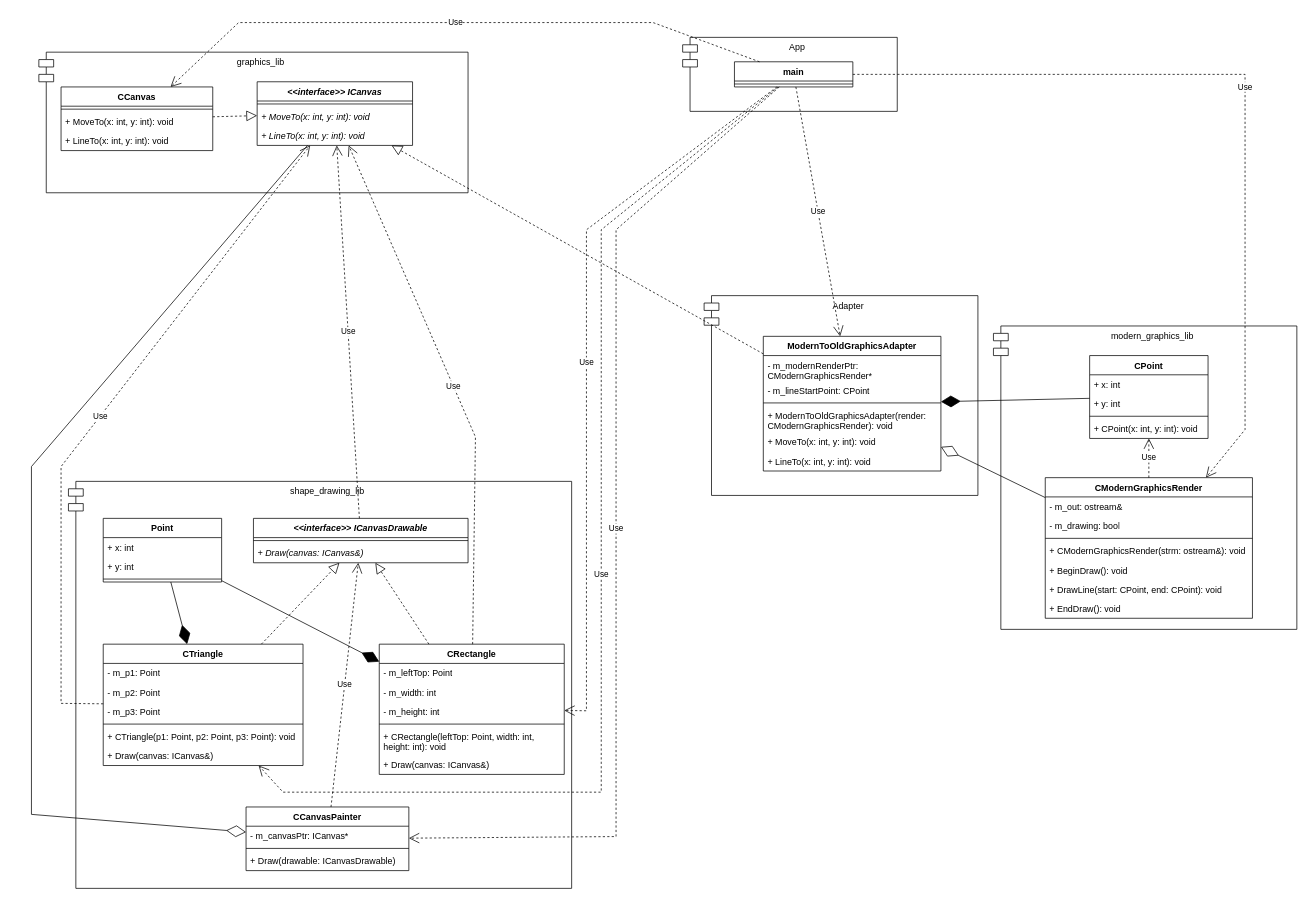
Above: lw6/Adapter.drawio in ProstP/OOD (draw.io), before the change. Source tidied: cells renumbered, new cells numbered last; positions are measured from the earlier drawing's top-left corner, leaving out a move shared by most shapes. Both pictures are drawn from the tidied source at 74%, with x=0, y=0 at pixel (31, 22).
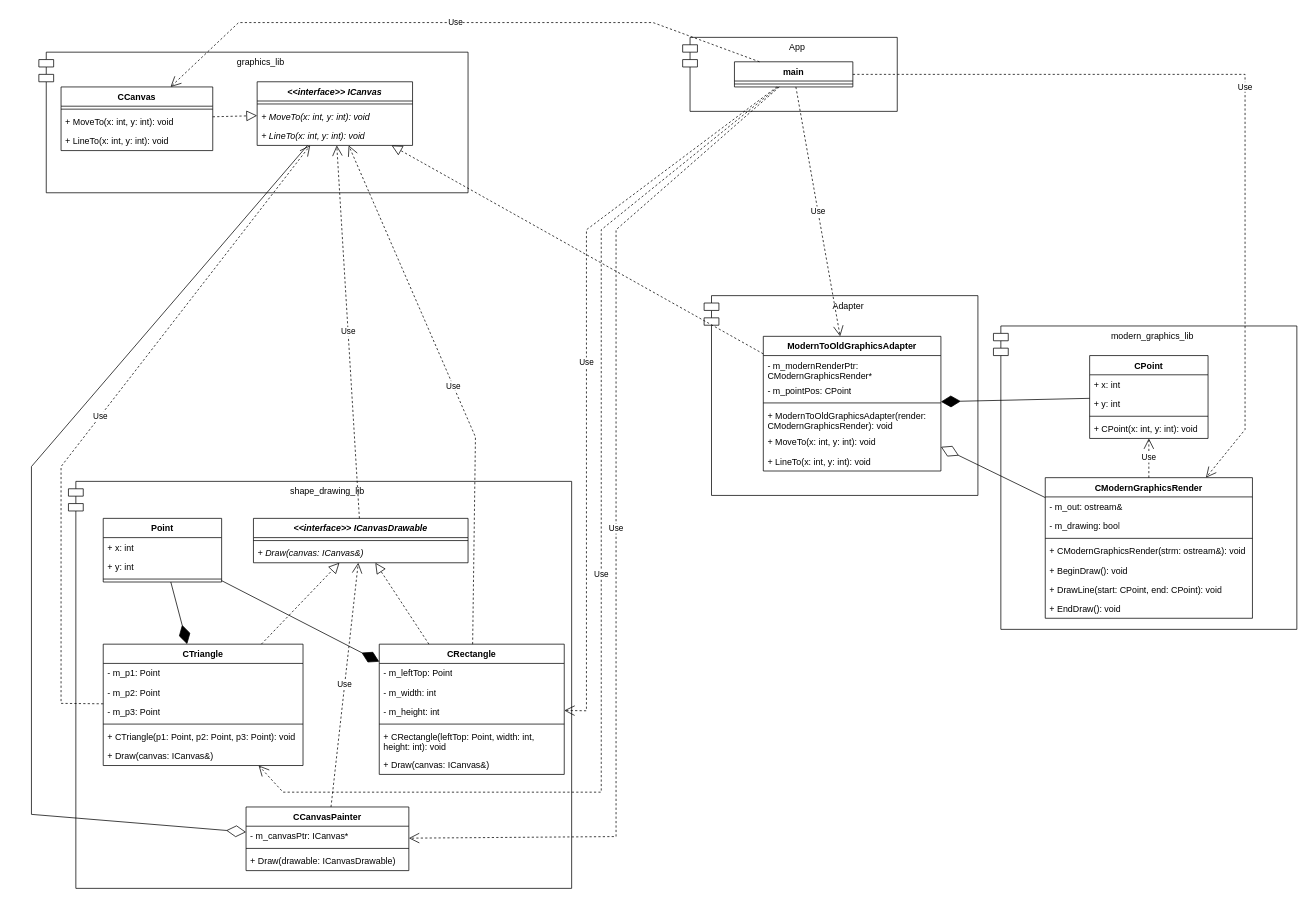
The same page after the edit.

Commit message:
Lw6-1 Поправил название поля

The change refers to these unchanged cells:
```xml
<mxCell id="66" value="ModernToOldGraphicsAdapter" style="swimlane;fontStyle=1;align=center;verticalAlign=top;horizontal=1;startSize=26;whiteSpace=wrap;html=1;" parent="1" vertex="1">
  <mxGeometry x="989" y="424" width="240" height="182" as="geometry" />
</mxCell>
```

What changed in the source:
```diff
@@
-    <mxCell id="68" value="- m_lineStartPoint: CPoint" style="text;strokeColor=none;fillColor=none;align=left;verticalAlign=top;spacingLeft=4;spacingRight=4;overflow=hidden;whiteSpace=wrap;html=1;" parent="66" vertex="1">
+    <mxCell id="68" value="- m_pointPos: CPoint" style="text;strokeColor=none;fillColor=none;align=left;verticalAlign=top;spacingLeft=4;spacingRight=4;overflow=hidden;whiteSpace=wrap;html=1;" parent="66" vertex="1">
       <mxGeometry y="60" width="240" height="26" as="geometry" />
     </mxCell>
```
